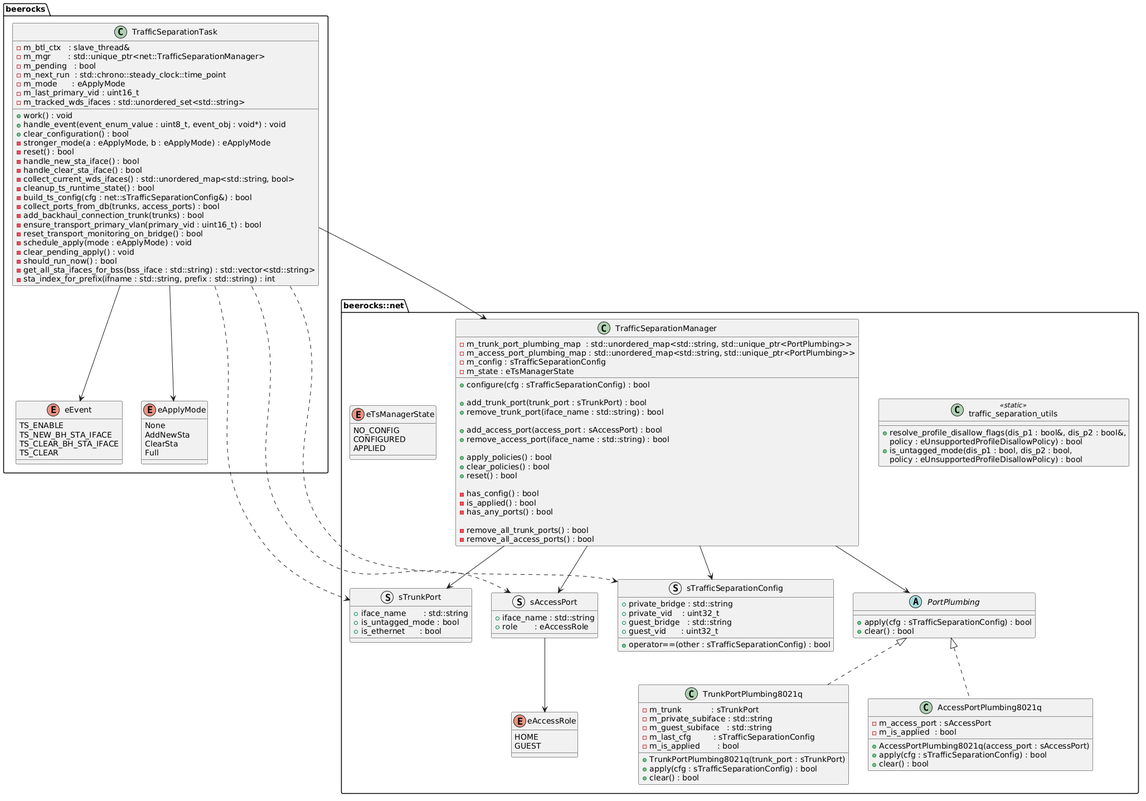
This is documentation/images/plantuml/agent/traffic_separation/ts_ClassD.png from CodeLinaro-mirror/qsdk_oss_prpl-foundation_prplmesh_prplMesh, a PlantUML export, as it was before one commit.
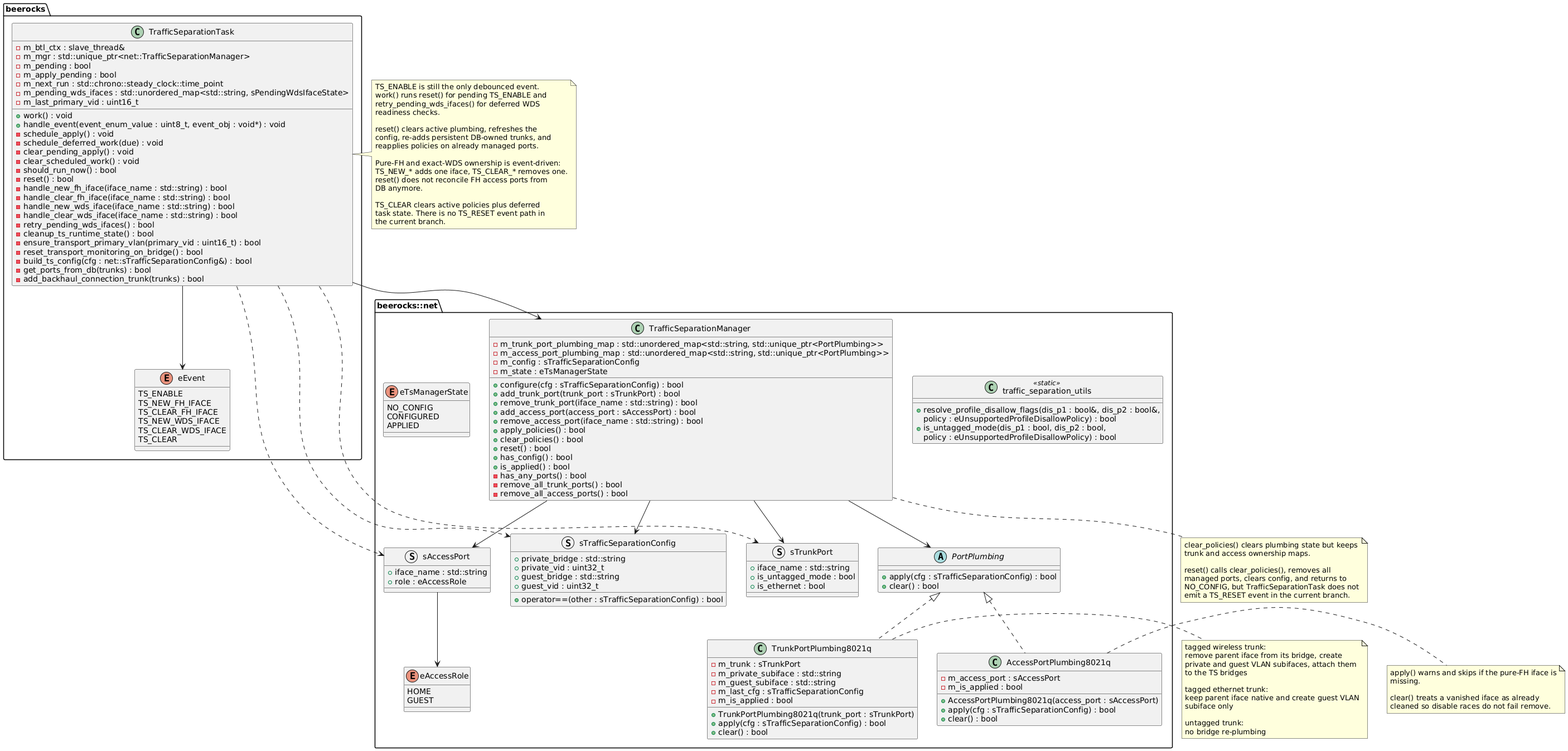
Later version of the same file.

Change to the diagram source:
```diff
@@ -1,63 +1,57 @@
 @startuml
 package "beerocks" {
   class TrafficSeparationTask {
-    -m_btl_ctx   : slave_thread&
-    -m_mgr       : std::unique_ptr<net::TrafficSeparationManager>
-    -m_pending   : bool
-    -m_next_run  : std::chrono::steady_clock::time_point
-    -m_mode      : eApplyMode
+    -m_btl_ctx : slave_thread&
+    -m_mgr : std::unique_ptr<net::TrafficSeparationManager>
+    -m_pending : bool
+    -m_apply_pending : bool
+    -m_next_run : std::chrono::steady_clock::time_point
+    -m_pending_wds_ifaces : std::unordered_map<std::string, sPendingWdsIfaceState>
     -m_last_primary_vid : uint16_t
-    -m_tracked_wds_ifaces : std::unordered_set<std::string>
     +work() : void
     +handle_event(event_enum_value : uint8_t, event_obj : void*) : void
-    +clear_configuration() : bool
-    -stronger_mode(a : eApplyMode, b : eApplyMode) : eApplyMode
+    -schedule_apply() : void
+    -schedule_deferred_work(due) : void
+    -clear_pending_apply() : void
+    -clear_scheduled_work() : void
+    -should_run_now() : bool
     -reset() : bool
-    -handle_new_sta_iface() : bool
-    -handle_clear_sta_iface() : bool
-    -collect_current_wds_ifaces() : std::unordered_map<std::string, bool>
+    -handle_new_fh_iface(iface_name : std::string) : bool
+    -handle_clear_fh_iface(iface_name : std::string) : bool
+    -handle_new_wds_iface(iface_name : std::string) : bool
+    -handle_clear_wds_iface(iface_name : std::string) : bool
+    -retry_pending_wds_ifaces() : bool
     -cleanup_ts_runtime_state() : bool
-    -build_ts_config(cfg : net::sTrafficSeparationConfig&) : bool
-    -collect_ports_from_db(trunks, access_ports) : bool
-    -add_backhaul_connection_trunk(trunks) : bool
     -ensure_transport_primary_vlan(primary_vid : uint16_t) : bool
     -reset_transport_monitoring_on_bridge() : bool
-    -schedule_apply(mode : eApplyMode) : void
-    -clear_pending_apply() : void
-    -should_run_now() : bool
-    -get_all_sta_ifaces_for_bss(bss_iface : std::string) : std::vector<std::string>
-    -sta_index_for_prefix(ifname : std::string, prefix : std::string) : int
+    -build_ts_config(cfg : net::sTrafficSeparationConfig&) : bool
+    -get_ports_from_db(trunks) : bool
+    -add_backhaul_connection_trunk(trunks) : bool
   }
 
   enum eEvent {
     TS_ENABLE
-    TS_NEW_BH_STA_IFACE
-    TS_CLEAR_BH_STA_IFACE
+    TS_NEW_FH_IFACE
+    TS_CLEAR_FH_IFACE
+    TS_NEW_WDS_IFACE
+    TS_CLEAR_WDS_IFACE
     TS_CLEAR
-  }
-
-  enum eApplyMode {
-    None
-    AddNewSta
-    ClearSta
-    Full
   }
 }
 
 package "beerocks::net" {
-
   struct sTrafficSeparationConfig {
     +private_bridge : std::string
-    +private_vid    : uint32_t
-    +guest_bridge   : std::string
-    +guest_vid      : uint32_t
+    +private_vid : uint32_t
+    +guest_bridge : std::string
+    +guest_vid : uint32_t
     +operator==(other : sTrafficSeparationConfig) : bool
   }
 
   struct sTrunkPort {
-    +iface_name       : std::string
+    +iface_name : std::string
     +is_untagged_mode : bool
-    +is_ethernet      : bool
+    +is_ethernet : bool
   }
 
   enum eAccessRole {
@@ -67,7 +61,7 @@
 
   struct sAccessPort {
     +iface_name : std::string
-    +role       : eAccessRole
+    +role : eAccessRole
   }
 
   enum eTsManagerState {
@@ -82,11 +76,11 @@
   }
 
   class TrunkPortPlumbing8021q {
-    -m_trunk            : sTrunkPort
+    -m_trunk : sTrunkPort
     -m_private_subiface : std::string
-    -m_guest_subiface   : std::string
-    -m_last_cfg         : sTrafficSeparationConfig
-    -m_is_applied       : bool
+    -m_guest_subiface : std::string
+    -m_last_cfg : sTrafficSeparationConfig
+    -m_is_applied : bool
     +TrunkPortPlumbing8021q(trunk_port : sTrunkPort)
     +apply(cfg : sTrafficSeparationConfig) : bool
     +clear() : bool
@@ -94,34 +88,28 @@
 
   class AccessPortPlumbing8021q {
     -m_access_port : sAccessPort
-    -m_is_applied  : bool
+    -m_is_applied : bool
     +AccessPortPlumbing8021q(access_port : sAccessPort)
     +apply(cfg : sTrafficSeparationConfig) : bool
     +clear() : bool
   }
 
   class TrafficSeparationManager {
-    -m_trunk_port_plumbing_map  : std::unordered_map<std::string, std::unique_ptr<PortPlumbing>>
+    -m_trunk_port_plumbing_map : std::unordered_map<std::string, std::unique_ptr<PortPlumbing>>
     -m_access_port_plumbing_map : std::unordered_map<std::string, std::unique_ptr<PortPlumbing>>
     -m_config : sTrafficSeparationConfig
     -m_state : eTsManagerState
-
     +configure(cfg : sTrafficSeparationConfig) : bool
-
     +add_trunk_port(trunk_port : sTrunkPort) : bool
     +remove_trunk_port(iface_name : std::string) : bool
-
     +add_access_port(access_port : sAccessPort) : bool
     +remove_access_port(iface_name : std::string) : bool
-
     +apply_policies() : bool
     +clear_policies() : bool
     +reset() : bool
-
-    -has_config() : bool
-    -is_applied() : bool
+    +has_config() : bool
+    +is_applied() : bool
     -has_any_ports() : bool
-
     -remove_all_trunk_ports() : bool
     -remove_all_access_ports() : bool
   }
@@ -136,7 +124,6 @@
 
 sAccessPort --> eAccessRole
 TrafficSeparationTask --> eEvent
-TrafficSeparationTask --> eApplyMode
 TrafficSeparationTask --> TrafficSeparationManager
 TrafficSeparationTask ..> sTrafficSeparationConfig
 TrafficSeparationTask ..> sTrunkPort
@@ -149,4 +136,57 @@
 TrafficSeparationManager --> sTrunkPort
 TrafficSeparationManager --> sAccessPort
 TrafficSeparationManager --> sTrafficSeparationConfig
+
+note right of TrafficSeparationTask
+  TS_ENABLE is still the only debounced event.
+  work() runs reset() for pending TS_ENABLE and
+  retry_pending_wds_ifaces() for deferred WDS
+  readiness checks.
+
+  reset() clears active plumbing, refreshes the
+  config, re-adds persistent DB-owned trunks, and
+  reapplies policies on already managed ports.
+
+  Pure-FH and exact-WDS ownership is event-driven:
+  TS_NEW_* adds one iface, TS_CLEAR_* removes one.
+  reset() does not reconcile FH access ports from
+  DB anymore.
+
+  TS_CLEAR clears active policies plus deferred
+  task state. There is no TS_RESET event path in
+  the current branch.
+end note
+
+note right of TrunkPortPlumbing8021q
+  tagged wireless trunk:
+  remove parent iface from its bridge, create
+  private and guest VLAN subifaces, attach them
+  to the TS bridges
+
+  tagged ethernet trunk:
+  keep parent iface native and create guest VLAN
+  subiface only
+
+  untagged trunk:
+  no bridge re-plumbing
+end note
+
+note right of AccessPortPlumbing8021q
+  apply() warns and skips if the pure-FH iface is
+  missing.
+
+  clear() treats a vanished iface as already
+  cleaned so disable races do not fail remove.
+end note
+
+note bottom of TrafficSeparationManager
+  clear_policies() clears plumbing state but keeps
+  trunk and access ownership maps.
+
+  reset() calls clear_policies(), removes all
+  managed ports, clears config, and returns to
+  NO_CONFIG, but TrafficSeparationTask does not
+  emit a TS_RESET event in the current branch.
+end note
+
 @enduml
```
